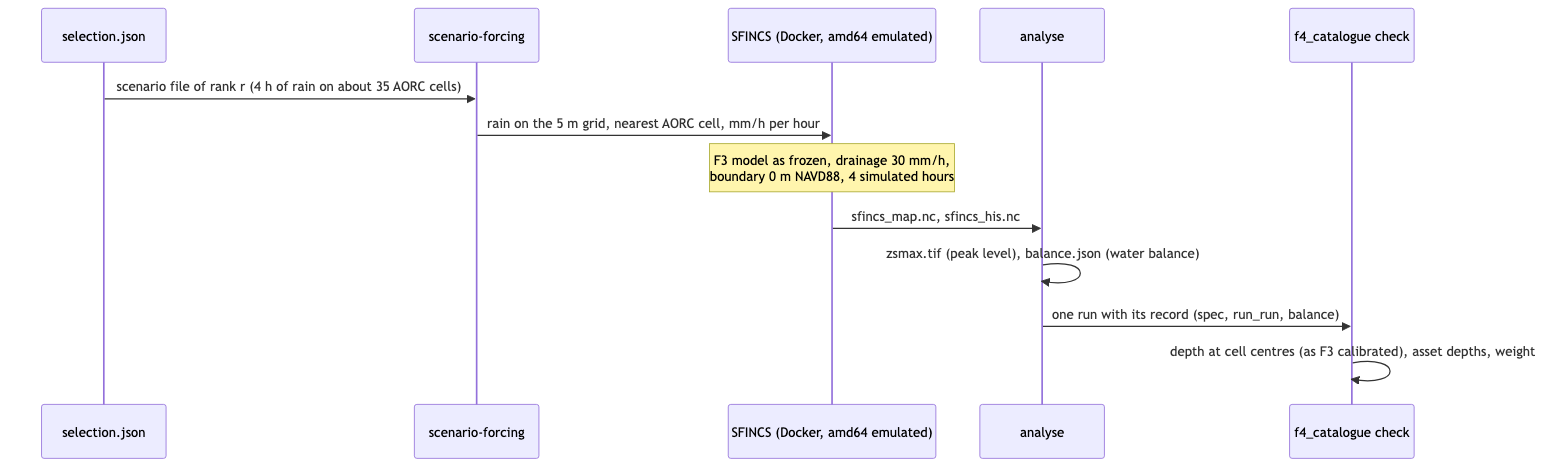
The Mermaid diagram docs/flood/figures/diagrams/events-one-run.png in shlyakh/crc-lab, before a commit. Its source is kept beside it as docs/flood/figures/diagrams/events-one-run.mmd.
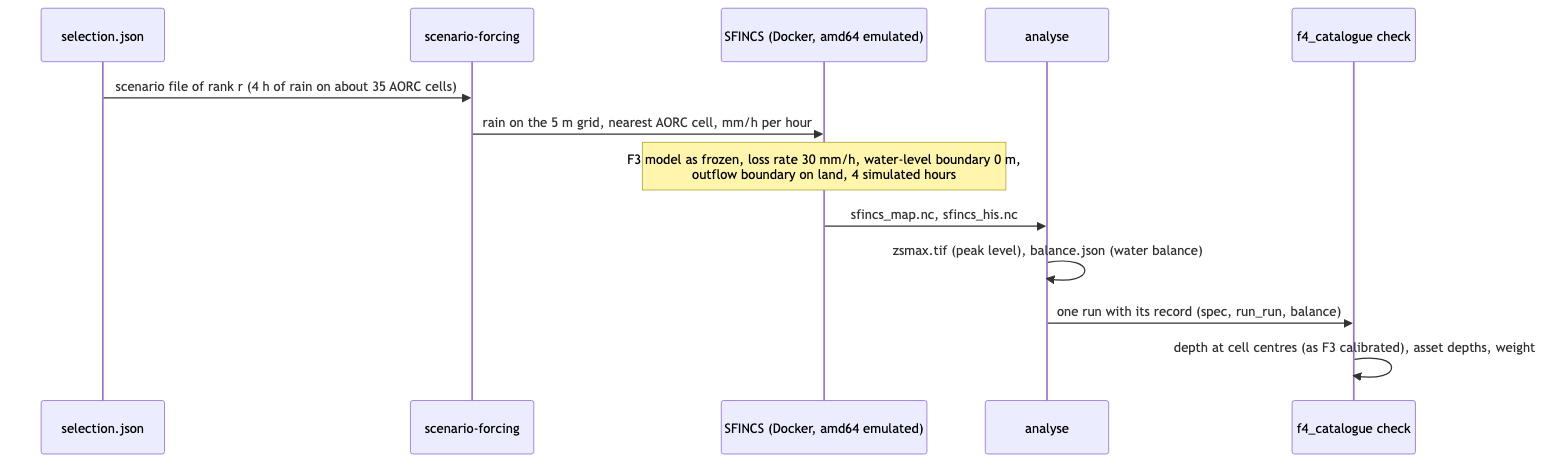
After the commit.

Commit message:
Flood docs: hydrology terminology (WMO, USGS, SFINCS) applied to the simulated-events document and diagrams; CH-22 proposed for the requirements

The edit, as a diff of the source:
```diff
@@ -6,7 +6,7 @@
     participant C as f4_catalogue check
     Sel->>F: scenario file of rank r (4 h of rain on about 35 AORC cells)
     F->>S: rain on the 5 m grid, nearest AORC cell, mm/h per hour
-    Note over S: F3 model as frozen, drainage 30 mm/h,<br/>boundary 0 m NAVD88, 4 simulated hours
+    Note over S: F3 model as frozen, loss rate 30 mm/h, water-level boundary 0 m,<br/>outflow boundary on land, 4 simulated hours
     S->>A: sfincs_map.nc, sfincs_his.nc
     A->>A: zsmax.tif (peak level), balance.json (water balance)
     A->>C: one run with its record (spec, run_run, balance)
```
